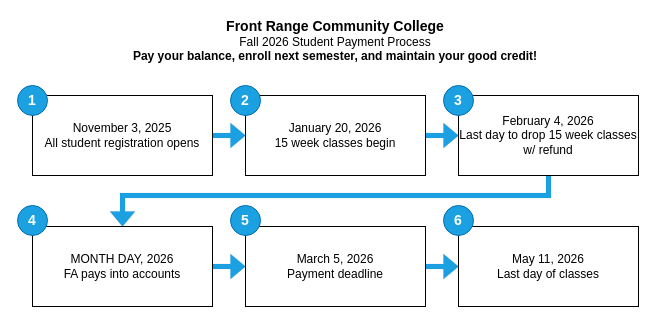
This is Diagrams/FRCC Student Payment Process.drawio from JoshuaKosakowsky/FRCC_jk, a draw.io file, before an edit. Source tidied: cells renumbered, new cells numbered last; positions are measured from the earlier drawing's top-left corner, leaving out a move shared by most shapes. Both pictures are drawn from the tidied source at 100%, with x=0, y=0 at pixel (17, 25).
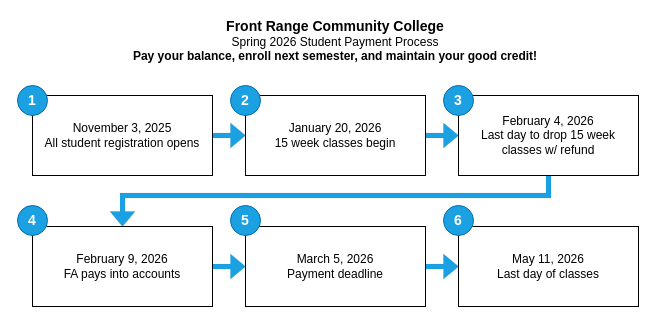
After the change.

Change to the diagram source:
```diff
@@
-    <mxCell id="2" value="&lt;b&gt;&lt;font style=&quot;font-size: 14px;&quot;&gt;Front Range Community College&lt;/font&gt;&lt;/b&gt;&lt;div&gt;Fall 2026 Student Payment Process&lt;/div&gt;&lt;div&gt;&lt;b&gt;Pay your balance, enroll next semester, and maintain your good credit!&lt;/b&gt;&lt;/div&gt;" style="text;html=1;whiteSpace=wrap;strokeColor=none;fillColor=none;align=center;verticalAlign=middle;rounded=0;" parent="1" vertex="1">
+    <mxCell id="2" value="&lt;b&gt;&lt;font style=&quot;font-size: 14px;&quot;&gt;Front Range Community College&lt;/font&gt;&lt;/b&gt;&lt;div&gt;Spring 2026 Student Payment Process&lt;/div&gt;&lt;div&gt;&lt;b&gt;Pay your balance, enroll next semester, and maintain your good credit!&lt;/b&gt;&lt;/div&gt;" style="text;html=1;whiteSpace=wrap;strokeColor=none;fillColor=none;align=center;verticalAlign=middle;rounded=0;" parent="1" vertex="1">
       <mxGeometry x="98" width="440" height="30" as="geometry" />
     </mxCell>
@@
-    <mxCell id="8" value="February 4, 2026&lt;div&gt;Last day to drop 15 week classes w/ refund&lt;/div&gt;" style="rounded=0;whiteSpace=wrap;html=1;" parent="1" vertex="1">
+    <mxCell id="8" value="February 4, 2026&lt;div&gt;Last day to drop 15 week&lt;/div&gt;&lt;div&gt;classes w/ refund&lt;/div&gt;" style="rounded=0;whiteSpace=wrap;html=1;" parent="1" vertex="1">
       <mxGeometry x="441" y="70" width="180" height="80" as="geometry" />
     </mxCell>
@@
-    <mxCell id="10" value="MONTH DAY, 2026&lt;div&gt;FA pays into accounts&lt;/div&gt;" style="rounded=0;whiteSpace=wrap;html=1;" parent="1" vertex="1">
+    <mxCell id="10" value="February 9, 2026&lt;div&gt;FA pays into accounts&lt;/div&gt;" style="rounded=0;whiteSpace=wrap;html=1;" parent="1" vertex="1">
       <mxGeometry x="15" y="201" width="180" height="80" as="geometry" />
     </mxCell>
@@
+    <mxCell id="20" style="ellipse;whiteSpace=wrap;html=1;" parent="1" vertex="1">
+      <mxGeometry x="228" y="290" width="20" as="geometry" />
+    </mxCell>
```
